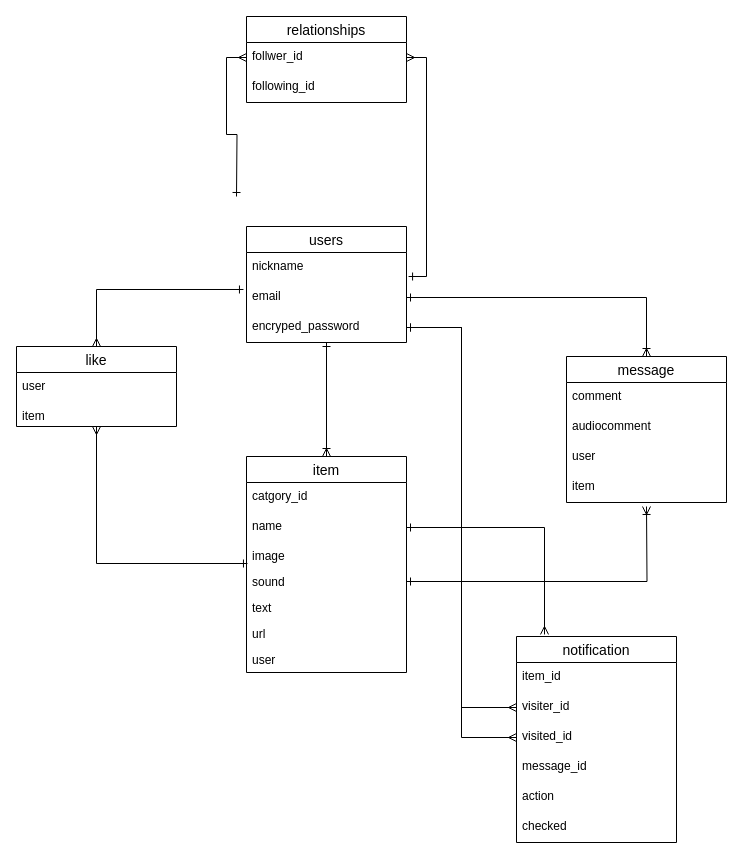
Earlier version of the draw.io diagram sound-review.dio (sugiryota/Review). Source tidied: cells renumbered, new cells numbered last; positions are measured from the earlier drawing's top-left corner, leaving out a move shared by most shapes. Both pictures are drawn from the tidied source at 100%, with x=0, y=0 at pixel (16, 16).
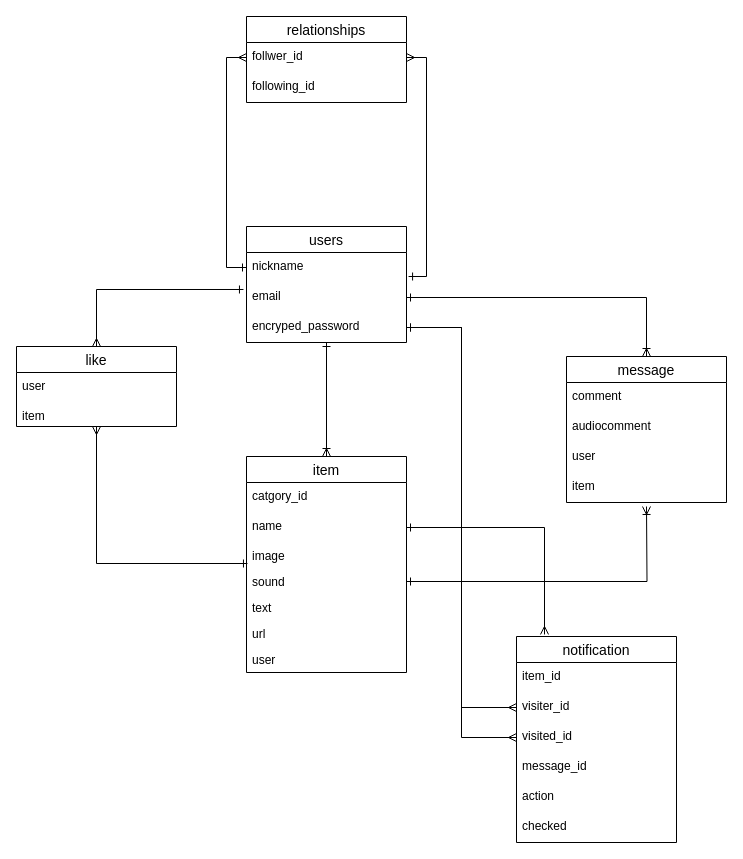
After the change.

The change refers to these unchanged cells:
```xml
<mxCell id="4" value="nickname" style="text;strokeColor=none;fillColor=none;spacingLeft=4;spacingRight=4;overflow=hidden;points=[[0,0.5],[1,0.5]];portConstraint=eastwest;fontSize=12;" parent="3" vertex="1">
  <mxGeometry y="26" width="160" height="30" as="geometry" />
</mxCell>
<mxCell id="28" value="follwer_id" style="text;strokeColor=none;fillColor=none;spacingLeft=4;spacingRight=4;overflow=hidden;points=[[0,0.5],[1,0.5]];portConstraint=eastwest;fontSize=12;" parent="27" vertex="1">
  <mxGeometry y="26" width="160" height="30" as="geometry" />
</mxCell>
```

What changed in the source:
```diff
@@
-    <mxCell id="31" style="edgeStyle=orthogonalEdgeStyle;rounded=0;jettySize=auto;html=1;entryX=0;entryY=0.5;entryDx=0;entryDy=0;startArrow=ERone;startFill=0;endArrow=ERmany;endFill=0;" parent="1" edge="1" target="28">
-      <mxGeometry relative="1" as="geometry">
-        <mxPoint x="220" y="180" as="sourcePoint" />
-      </mxGeometry>
+    <mxCell id="31" style="edgeStyle=orthogonalEdgeStyle;rounded=0;jettySize=auto;html=1;entryX=0;entryY=0.5;entryDx=0;entryDy=0;startArrow=ERone;startFill=0;endArrow=ERmany;endFill=0;exitX=0;exitY=0.5;exitDx=0;exitDy=0;" parent="1" edge="1" source="4" target="28">
+      <mxGeometry relative="1" as="geometry" />
     </mxCell>
```
